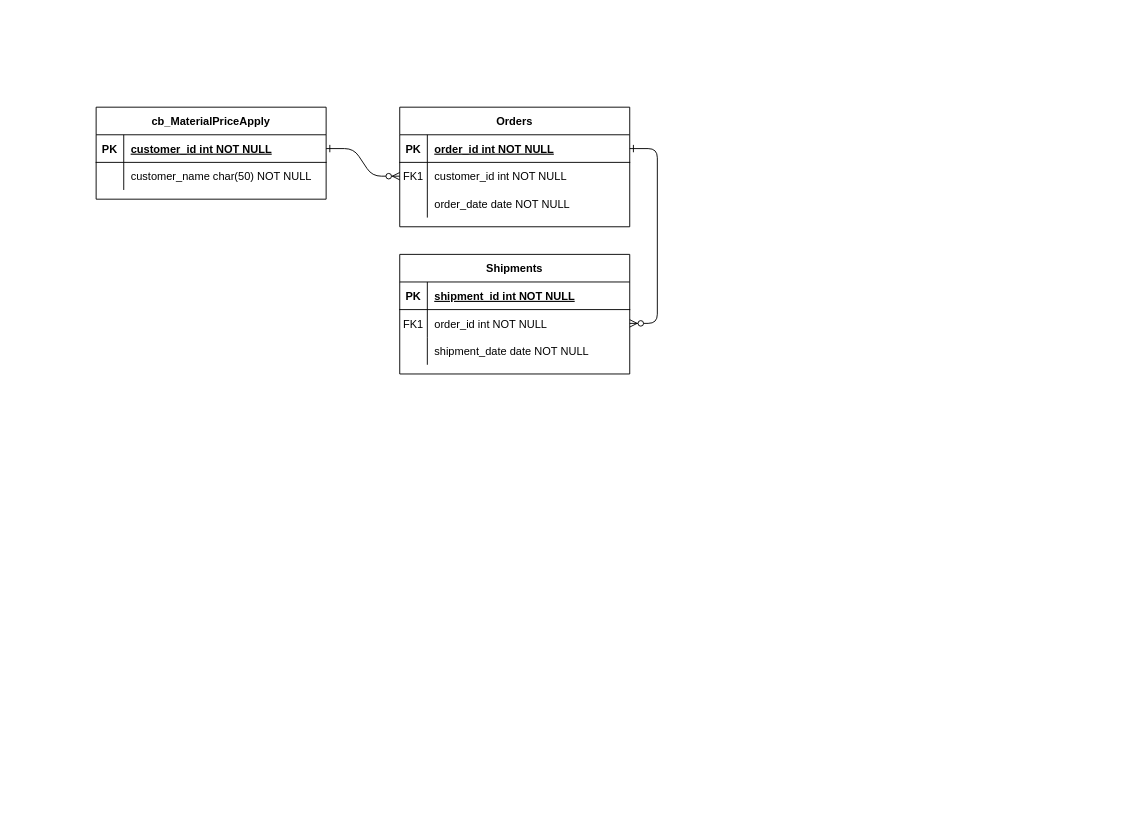
xiao99/Code keeps this draw.io diagram as Untitled Diagram.drawio. Above is the earlier version. Source tidied: cells renumbered, new cells numbered last; positions are measured from the earlier drawing's top-left corner, leaving out a move shared by most shapes. Both pictures are drawn from the tidied source at 92%, with x=0, y=0 at pixel (96, 107).
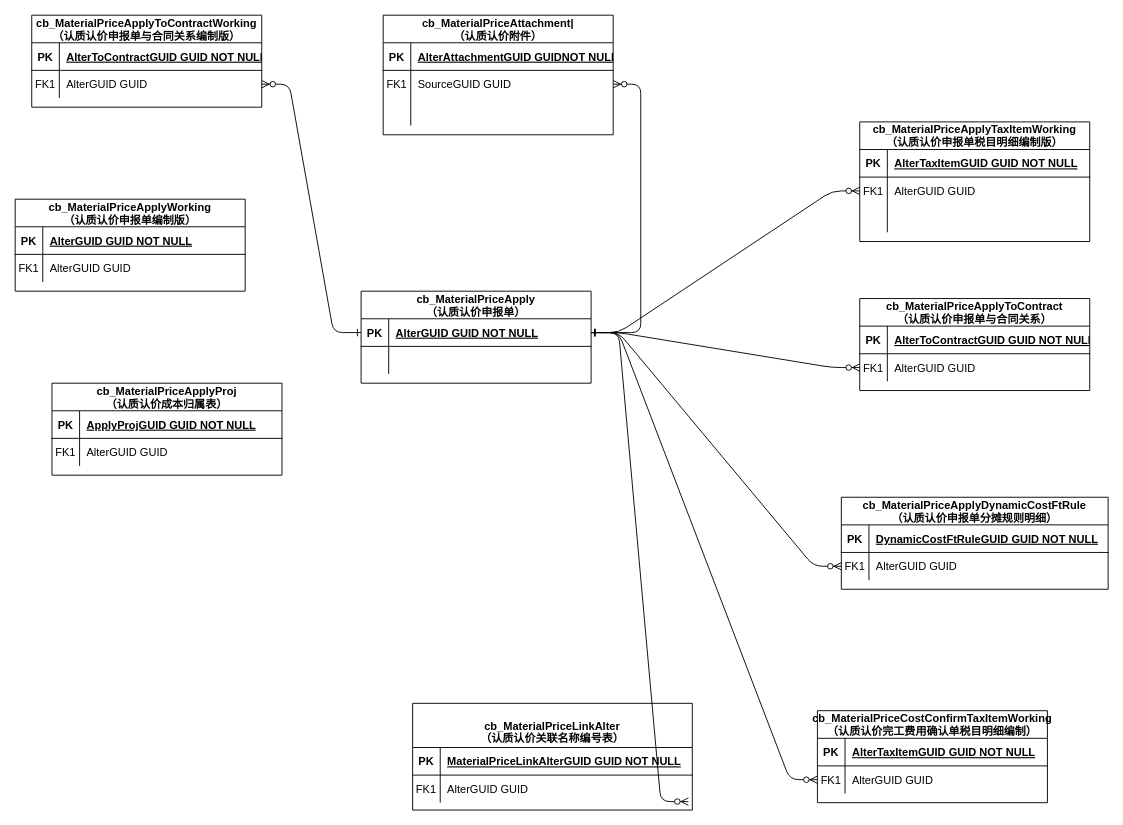
The same page after the edit.

Unchanged cells that the change refers to:
```xml
<mxCell id="5" style="shape=partialRectangle;fillColor=none;points=[[0,0.5],[1,0.5]];portConstraint=eastwest;top=0;left=0;right=0;bottom=1;" parent="4" vertex="1">
  <mxGeometry y="30" width="250" height="30" as="geometry" />
</mxCell>
<mxCell id="8" style="shape=partialRectangle;fillColor=none;points=[[0,0.5],[1,0.5]];portConstraint=eastwest;top=0;left=0;right=0;bottom=0;" parent="4" vertex="1">
  <mxGeometry y="60" width="250" height="30" as="geometry" />
</mxCell>
<mxCell id="11" style="shape=partialRectangle;fillColor=none;top=0;left=0;right=0;bottom=0;" parent="4" vertex="1">
  <mxGeometry y="90" width="250" height="30" as="geometry" />
</mxCell>
<mxCell id="15" style="shape=partialRectangle;fillColor=none;top=0;left=0;right=0;bottom=1;" parent="14" vertex="1">
  <mxGeometry y="30" width="250" height="30" as="geometry" />
</mxCell>
<mxCell id="18" style="shape=partialRectangle;fillColor=none;points=[[0,0.5],[1,0.5]];portConstraint=eastwest;top=0;left=0;right=0;bottom=0;" parent="14" vertex="1">
  <mxGeometry y="60" width="250" height="30" as="geometry" />
</mxCell>
<mxCell id="21" style="shape=partialRectangle;fillColor=none;top=0;left=0;right=0;bottom=0;" parent="14" vertex="1">
  <mxGeometry y="90" width="250" height="30" as="geometry" />
</mxCell>
<mxCell id="25" style="shape=partialRectangle;fillColor=none;points=[[0,0.5],[1,0.5]];portConstraint=eastwest;top=0;left=0;right=0;bottom=1;" parent="24" vertex="1">
  <mxGeometry y="30" width="250" height="30" as="geometry" />
</mxCell>
<mxCell id="28" style="shape=partialRectangle;fillColor=none;top=0;left=0;right=0;bottom=0;" parent="24" vertex="1">
  <mxGeometry y="60" width="250" height="30" as="geometry" />
</mxCell>
```

The edit, as a diff of the source:
```diff
@@
-    <mxCell id="3" style="edgeStyle=entityRelationEdgeStyle;endArrow=ERzeroToMany;startArrow=ERone;endFill=1;startFill=0;" parent="1" edge="1" source="5" target="18">
+    <mxCell id="3" style="edgeStyle=entityRelationEdgeStyle;endArrow=ERzeroToMany;startArrow=ERone;endFill=1;startFill=0;" parent="1" edge="1" source="25" target="18">
       <mxGeometry relative="1" as="geometry" />
     </mxCell>
-    <mxCell id="4" value="Orders" style="shape=table;startSize=30;childLayout=tableLayout;rowLines=0;fontStyle=1;align=center;" parent="1" vertex="1">
-      <mxGeometry x="330" width="250" height="130" as="geometry" />
+    <mxCell id="4" value="cb_MaterialPriceAttachment|&#10;（认质认价附件）" style="shape=table;startSize=30;childLayout=tableLayout;rowLines=0;fontStyle=1;align=center;" parent="1" vertex="1">
+      <mxGeometry x="312" y="-100" width="250" height="130" as="geometry" />
     </mxCell>
@@
-    <mxCell id="7" value="order_id int NOT NULL " style="shape=partialRectangle;overflow=hidden;fillColor=none;top=0;left=0;bottom=0;right=0;align=left;spacingLeft=6;fontStyle=5;" parent="5" vertex="1">
+    <mxCell id="7" value="AlterAttachmentGUID GUIDNOT NULL " style="shape=partialRectangle;overflow=hidden;fillColor=none;top=0;left=0;bottom=0;right=0;align=left;spacingLeft=6;fontStyle=5;" parent="5" vertex="1">
       <mxGeometry x="30" width="220" height="30" as="geometry" />
     </mxCell>
@@
-    <mxCell id="10" value="customer_id int NOT NULL" style="shape=partialRectangle;overflow=hidden;fillColor=none;top=0;left=0;bottom=0;right=0;align=left;spacingLeft=6;" parent="8" vertex="1">
+    <mxCell id="10" value="SourceGUID GUID " style="shape=partialRectangle;overflow=hidden;fillColor=none;top=0;left=0;bottom=0;right=0;align=left;spacingLeft=6;" parent="8" vertex="1">
       <mxGeometry x="30" width="220" height="30" as="geometry" />
     </mxCell>
@@
-    <mxCell id="13" value="order_date date NOT NULL" style="shape=partialRectangle;overflow=hidden;fillColor=none;top=0;left=0;bottom=0;right=0;align=left;spacingLeft=6;" parent="11" vertex="1">
+    <mxCell id="13" style="shape=partialRectangle;overflow=hidden;fillColor=none;top=0;left=0;bottom=0;right=0;align=left;spacingLeft=6;" parent="11" vertex="1">
       <mxGeometry x="30" width="220" height="30" as="geometry" />
     </mxCell>
-    <mxCell id="14" value="Shipments" style="shape=table;startSize=30;childLayout=tableLayout;rowLines=0;fontStyle=1;align=center;" parent="1" vertex="1">
-      <mxGeometry x="330" y="160" width="250" height="130" as="geometry" />
+    <mxCell id="14" value="cb_MaterialPriceApplyTaxItemWorking&#10;（认质认价申报单税目明细编制版）" style="shape=table;startSize=30;childLayout=tableLayout;rowLines=0;fontStyle=1;align=center;" parent="1" vertex="1">
+      <mxGeometry x="830" y="16" width="250" height="130" as="geometry" />
     </mxCell>
@@
-    <mxCell id="17" value="shipment_id int NOT NULL " style="shape=partialRectangle;overflow=hidden;fillColor=none;top=0;left=0;bottom=0;right=0;align=left;spacingLeft=6;fontStyle=5;" parent="15" vertex="1">
+    <mxCell id="17" value="AlterTaxItemGUID GUID NOT NULL " style="shape=partialRectangle;overflow=hidden;fillColor=none;top=0;left=0;bottom=0;right=0;align=left;spacingLeft=6;fontStyle=5;" parent="15" vertex="1">
       <mxGeometry x="30" width="220" height="30" as="geometry" />
     </mxCell>
@@
-    <mxCell id="20" value="order_id int NOT NULL" style="shape=partialRectangle;overflow=hidden;fillColor=none;top=0;left=0;bottom=0;right=0;align=left;spacingLeft=6;" parent="18" vertex="1">
+    <mxCell id="20" value="AlterGUID GUID " style="shape=partialRectangle;overflow=hidden;fillColor=none;top=0;left=0;bottom=0;right=0;align=left;spacingLeft=6;" parent="18" vertex="1">
       <mxGeometry x="30" width="220" height="30" as="geometry" />
     </mxCell>
@@
-    <mxCell id="23" value="shipment_date date NOT NULL" style="shape=partialRectangle;overflow=hidden;fillColor=none;top=0;left=0;bottom=0;right=0;align=left;spacingLeft=6;" parent="21" vertex="1">
+    <mxCell id="23" style="shape=partialRectangle;overflow=hidden;fillColor=none;top=0;left=0;bottom=0;right=0;align=left;spacingLeft=6;" parent="21" vertex="1">
       <mxGeometry x="30" width="220" height="30" as="geometry" />
     </mxCell>
-    <mxCell id="24" value="cb_MaterialPriceApply" style="shape=table;startSize=30;childLayout=tableLayout;rowLines=0;fontStyle=1;align=center;" parent="1" vertex="1">
-      <mxGeometry width="250" height="100" as="geometry" />
+    <mxCell id="24" value="cb_MaterialPriceApply&#10;（认质认价申报单）" style="shape=table;startSize=30;childLayout=tableLayout;rowLines=0;fontStyle=1;align=center;" parent="1" vertex="1">
+      <mxGeometry x="288" y="200" width="250" height="100" as="geometry" />
     </mxCell>
@@
-    <mxCell id="27" value="customer_id int NOT NULL " style="shape=partialRectangle;overflow=hidden;fillColor=none;top=0;left=0;bottom=0;right=0;align=left;spacingLeft=6;fontStyle=5;" parent="25" vertex="1">
+    <mxCell id="27" value="AlterGUID GUID NOT NULL " style="shape=partialRectangle;overflow=hidden;fillColor=none;top=0;left=0;bottom=0;right=0;align=left;spacingLeft=6;fontStyle=5;" parent="25" vertex="1">
       <mxGeometry x="30" width="220" height="30" as="geometry" />
     </mxCell>
@@
-    <mxCell id="30" value="customer_name char(50) NOT NULL" style="shape=partialRectangle;overflow=hidden;fillColor=none;top=0;left=0;bottom=0;right=0;align=left;spacingLeft=6;" parent="28" vertex="1">
+    <mxCell id="30" style="shape=partialRectangle;overflow=hidden;fillColor=none;top=0;left=0;bottom=0;right=0;align=left;spacingLeft=6;" parent="28" vertex="1">
       <mxGeometry x="30" width="220" height="30" as="geometry" />
     </mxCell>
+    <mxCell id="31" value="cb_MaterialPriceCostConfirmTaxItemWorking&#10;（认质认价完工费用确认单税目明细编制）" style="shape=table;startSize=30;childLayout=tableLayout;rowLines=0;fontStyle=1;align=center;" parent="1" vertex="1">
+      <mxGeometry x="784" y="656" width="250" height="100" as="geometry" />
+    </mxCell>
+    <mxCell id="32" style="shape=partialRectangle;fillColor=none;top=0;left=0;right=0;bottom=1;" parent="31" vertex="1">
+      <mxGeometry y="30" width="250" height="30" as="geometry" />
+    </mxCell>
+    <mxCell id="33" value="PK" style="shape=partialRectangle;overflow=hidden;fillColor=none;top=0;left=0;bottom=0;right=0;fontStyle=1;" parent="32" vertex="1">
+      <mxGeometry width="30" height="30" as="geometry" />
+    </mxCell>
+    <mxCell id="34" value="AlterTaxItemGUID GUID NOT NULL " style="shape=partialRectangle;overflow=hidden;fillColor=none;top=0;left=0;bottom=0;right=0;align=left;spacingLeft=6;fontStyle=5;" parent="32" vertex="1">
+      <mxGeometry x="30" width="220" height="30" as="geometry" />
+    </mxCell>
+    <mxCell id="35" style="shape=partialRectangle;fillColor=none;top=0;left=0;right=0;bottom=0;" parent="31" vertex="1">
+      <mxGeometry y="60" width="250" height="30" as="geometry" />
+    </mxCell>
+    <mxCell id="36" value="FK1" style="shape=partialRectangle;overflow=hidden;fillColor=none;top=0;left=0;bottom=0;right=0;" parent="35" vertex="1">
+      <mxGeometry width="30" height="30" as="geometry" />
+    </mxCell>
+    <mxCell id="37" value="AlterGUID GUID" style="shape=partialRectangle;overflow=hidden;fillColor=none;top=0;left=0;bottom=0;right=0;align=left;spacingLeft=6;" parent="35" vertex="1">
+      <mxGeometry x="30" width="220" height="30" as="geometry" />
+    </mxCell>
+    <mxCell id="38" value="cb_MaterialPriceApplyToContract&#10;（认质认价申报单与合同关系）" style="shape=table;startSize=30;childLayout=tableLayout;rowLines=0;fontStyle=1;align=center;" parent="1" vertex="1">
+      <mxGeometry x="830" y="208" width="250" height="100" as="geometry" />
+    </mxCell>
+    <mxCell id="39" style="shape=partialRectangle;fillColor=none;top=0;left=0;right=0;bottom=1;" parent="38" vertex="1">
+      <mxGeometry y="30" width="250" height="30" as="geometry" />
+    </mxCell>
+    <mxCell id="40" value="PK" style="shape=partialRectangle;overflow=hidden;fillColor=none;top=0;left=0;bottom=0;right=0;fontStyle=1;" parent="39" vertex="1">
+      <mxGeometry width="30" height="30" as="geometry" />
+    </mxCell>
+    <mxCell id="41" value="AlterToContractGUID GUID NOT NULL " style="shape=partialRectangle;overflow=hidden;fillColor=none;top=0;left=0;bottom=0;right=0;align=left;spacingLeft=6;fontStyle=5;" parent="39" vertex="1">
+      <mxGeometry x="30" width="220" height="30" as="geometry" />
+    </mxCell>
+    <mxCell id="42" style="shape=partialRectangle;fillColor=none;points=[[0,0.5],[1,0.5]];portConstraint=eastwest;top=0;left=0;right=0;bottom=0;" parent="38" vertex="1">
+      <mxGeometry y="60" width="250" height="30" as="geometry" />
+    </mxCell>
+    <mxCell id="43" value="FK1" style="shape=partialRectangle;overflow=hidden;fillColor=none;top=0;left=0;bottom=0;right=0;" parent="42" vertex="1">
+      <mxGeometry width="30" height="30" as="geometry" />
+    </mxCell>
+    <mxCell id="44" value="AlterGUID GUID" style="shape=partialRectangle;overflow=hidden;fillColor=none;top=0;left=0;bottom=0;right=0;align=left;spacingLeft=6;" parent="42" vertex="1">
+      <mxGeometry x="30" width="220" height="30" as="geometry" />
+    </mxCell>
+    <mxCell id="45" value="cb_MaterialPriceApplyDynamicCostFtRule&#10;（认质认价申报单分摊规则明细）" style="shape=table;startSize=30;childLayout=tableLayout;rowLines=0;fontStyle=1;align=center;" parent="1" vertex="1">
+      <mxGeometry x="810" y="424" width="290" height="100" as="geometry" />
+    </mxCell>
+    <mxCell id="46" style="shape=partialRectangle;fillColor=none;top=0;left=0;right=0;bottom=1;" parent="45" vertex="1">
+      <mxGeometry y="30" width="290" height="30" as="geometry" />
+    </mxCell>
+    <mxCell id="47" value="PK" style="shape=partialRectangle;overflow=hidden;fillColor=none;top=0;left=0;bottom=0;right=0;fontStyle=1;" parent="46" vertex="1">
+      <mxGeometry width="30" height="30" as="geometry" />
+    </mxCell>
+    <mxCell id="48" value="DynamicCostFtRuleGUID GUID NOT NULL " style="shape=partialRectangle;overflow=hidden;fillColor=none;top=0;left=0;bottom=0;right=0;align=left;spacingLeft=6;fontStyle=5;" parent="46" vertex="1">
+      <mxGeometry x="30" width="260" height="30" as="geometry" />
+    </mxCell>
+    <mxCell id="49" style="shape=partialRectangle;fillColor=none;points=[[0,0.5],[1,0.5]];portConstraint=eastwest;top=0;left=0;right=0;bottom=0;" parent="45" vertex="1">
+      <mxGeometry y="60" width="290" height="30" as="geometry" />
+    </mxCell>
+    <mxCell id="50" value="FK1" style="shape=partialRectangle;overflow=hidden;fillColor=none;top=0;left=0;bottom=0;right=0;" parent="49" vertex="1">
+      <mxGeometry width="30" height="30" as="geometry" />
+    </mxCell>
+    <mxCell id="51" value="AlterGUID GUID" style="shape=partialRectangle;overflow=hidden;fillColor=none;top=0;left=0;bottom=0;right=0;align=left;spacingLeft=6;" parent="49" vertex="1">
+      <mxGeometry x="30" width="260" height="30" as="geometry" />
+    </mxCell>
+    <mxCell id="52" style="edgeStyle=entityRelationEdgeStyle;endArrow=ERzeroToMany;startArrow=ERone;endFill=1;startFill=0;" parent="1" edge="1" source="25" target="42">
+      <mxGeometry relative="1" as="geometry" />
+    </mxCell>
+    <mxCell id="53" style="edgeStyle=entityRelationEdgeStyle;endArrow=ERzeroToMany;startArrow=ERone;endFill=1;startFill=0;" parent="1" edge="1" source="25" target="49">
+      <mxGeometry relative="1" as="geometry" />
+    </mxCell>
+    <mxCell id="54" style="edgeStyle=entityRelationEdgeStyle;endArrow=ERzeroToMany;startArrow=ERone;endFill=1;startFill=0;entryX=0;entryY=0.75;entryDx=0;entryDy=0;exitX=1;exitY=0.5;exitDx=0;exitDy=0;" parent="1" edge="1" source="25" target="31">
+      <mxGeometry relative="1" as="geometry" />
+    </mxCell>
+    <mxCell id="55" value="cb_MaterialPriceApplyToContractWorking&#10;（认质认价申报单与合同关系编制版）" style="shape=table;startSize=30;childLayout=tableLayout;rowLines=0;fontStyle=1;align=center;" parent="1" vertex="1">
+      <mxGeometry x="-70" y="-100" width="250" height="100" as="geometry" />
+    </mxCell>
+    <mxCell id="56" style="shape=partialRectangle;fillColor=none;top=0;left=0;right=0;bottom=1;" parent="55" vertex="1">
+      <mxGeometry y="30" width="250" height="30" as="geometry" />
+    </mxCell>
+    <mxCell id="57" value="PK" style="shape=partialRectangle;overflow=hidden;fillColor=none;top=0;left=0;bottom=0;right=0;fontStyle=1;" parent="56" vertex="1">
+      <mxGeometry width="30" height="30" as="geometry" />
+    </mxCell>
+    <mxCell id="58" value="AlterToContractGUID GUID NOT NULL " style="shape=partialRectangle;overflow=hidden;fillColor=none;top=0;left=0;bottom=0;right=0;align=left;spacingLeft=6;fontStyle=5;" parent="56" vertex="1">
+      <mxGeometry x="30" width="220" height="30" as="geometry" />
+    </mxCell>
+    <mxCell id="59" style="shape=partialRectangle;fillColor=none;points=[[0,0.5],[1,0.5]];portConstraint=eastwest;top=0;left=0;right=0;bottom=0;" parent="55" vertex="1">
+      <mxGeometry y="60" width="250" height="30" as="geometry" />
+    </mxCell>
+    <mxCell id="60" value="FK1" style="shape=partialRectangle;overflow=hidden;fillColor=none;top=0;left=0;bottom=0;right=0;" parent="59" vertex="1">
+      <mxGeometry width="30" height="30" as="geometry" />
+    </mxCell>
+    <mxCell id="61" value="AlterGUID GUID" style="shape=partialRectangle;overflow=hidden;fillColor=none;top=0;left=0;bottom=0;right=0;align=left;spacingLeft=6;" parent="59" vertex="1">
+      <mxGeometry x="30" width="220" height="30" as="geometry" />
+    </mxCell>
+    <mxCell id="62" value="cb_MaterialPriceApplyWorking&#10;（认质认价申报单编制版）" style="shape=table;startSize=30;childLayout=tableLayout;rowLines=0;fontStyle=1;align=center;" parent="1" vertex="1">
+      <mxGeometry x="-88" y="100" width="250" height="100" as="geometry" />
+    </mxCell>
+    <mxCell id="63" style="shape=partialRectangle;fillColor=none;top=0;left=0;right=0;bottom=1;" parent="62" vertex="1">
+      <mxGeometry y="30" width="250" height="30" as="geometry" />
+    </mxCell>
+    <mxCell id="64" value="PK" style="shape=partialRectangle;overflow=hidden;fillColor=none;top=0;left=0;bottom=0;right=0;fontStyle=1;" parent="63" vertex="1">
+      <mxGeometry width="30" height="30" as="geometry" />
+    </mxCell>
+    <mxCell id="65" value="AlterGUID GUID NOT NULL " style="shape=partialRectangle;overflow=hidden;fillColor=none;top=0;left=0;bottom=0;right=0;align=left;spacingLeft=6;fontStyle=5;" parent="63" vertex="1">
+      <mxGeometry x="30" width="220" height="30" as="geometry" />
+    </mxCell>
+    <mxCell id="66" style="shape=partialRectangle;fillColor=none;top=0;left=0;right=0;bottom=0;" parent="62" vertex="1">
+      <mxGeometry y="60" width="250" height="30" as="geometry" />
+    </mxCell>
+    <mxCell id="67" value="FK1" style="shape=partialRectangle;overflow=hidden;fillColor=none;top=0;left=0;bottom=0;right=0;" parent="66" vertex="1">
+      <mxGeometry width="30" height="30" as="geometry" />
+    </mxCell>
+    <mxCell id="68" value="AlterGUID GUID" style="shape=partialRectangle;overflow=hidden;fillColor=none;top=0;left=0;bottom=0;right=0;align=left;spacingLeft=6;" parent="66" vertex="1">
+      <mxGeometry x="30" width="220" height="30" as="geometry" />
+    </mxCell>
+    <mxCell id="69" value="cb_MaterialPriceApplyProj&#10;（认质认价成本归属表）" style="shape=table;startSize=30;childLayout=tableLayout;rowLines=0;fontStyle=1;align=center;" parent="1" vertex="1">
+      <mxGeometry x="-48" y="300" width="250" height="100" as="geometry" />
+    </mxCell>
+    <mxCell id="70" style="shape=partialRectangle;fillColor=none;top=0;left=0;right=0;bottom=1;" parent="69" vertex="1">
+      <mxGeometry y="30" width="250" height="30" as="geometry" />
+    </mxCell>
+    <mxCell id="71" value="PK" style="shape=partialRectangle;overflow=hidden;fillColor=none;top=0;left=0;bottom=0;right=0;fontStyle=1;" parent="70" vertex="1">
+      <mxGeometry width="30" height="30" as="geometry" />
+    </mxCell>
+    <mxCell id="72" value="ApplyProjGUID GUID NOT NULL " style="shape=partialRectangle;overflow=hidden;fillColor=none;top=0;left=0;bottom=0;right=0;align=left;spacingLeft=6;fontStyle=5;" parent="70" vertex="1">
+      <mxGeometry x="30" width="220" height="30" as="geometry" />
+    </mxCell>
+    <mxCell id="73" style="shape=partialRectangle;fillColor=none;top=0;left=0;right=0;bottom=0;" parent="69" vertex="1">
+      <mxGeometry y="60" width="250" height="30" as="geometry" />
+    </mxCell>
+    <mxCell id="74" value="FK1" style="shape=partialRectangle;overflow=hidden;fillColor=none;top=0;left=0;bottom=0;right=0;" parent="73" vertex="1">
+      <mxGeometry width="30" height="30" as="geometry" />
+    </mxCell>
+    <mxCell id="75" value="AlterGUID GUID" style="shape=partialRectangle;overflow=hidden;fillColor=none;top=0;left=0;bottom=0;right=0;align=left;spacingLeft=6;" parent="73" vertex="1">
+      <mxGeometry x="30" width="220" height="30" as="geometry" />
+    </mxCell>
+    <mxCell id="76" value="&#10;cb_MaterialPriceLinkAlter&#10;（认质认价关联名称编号表）" style="shape=table;startSize=48;childLayout=tableLayout;rowLines=0;fontStyle=1;align=center;" parent="1" vertex="1">
+      <mxGeometry x="344" y="648" width="304" height="116" as="geometry" />
+    </mxCell>
+    <mxCell id="77" style="shape=partialRectangle;fillColor=none;top=0;left=0;right=0;bottom=1;" parent="76" vertex="1">
+      <mxGeometry y="48" width="304" height="30" as="geometry" />
+    </mxCell>
+    <mxCell id="78" value="PK" style="shape=partialRectangle;overflow=hidden;fillColor=none;top=0;left=0;bottom=0;right=0;fontStyle=1;" parent="77" vertex="1">
+      <mxGeometry width="30" height="30" as="geometry" />
+    </mxCell>
+    <mxCell id="79" value="MaterialPriceLinkAlterGUID GUID NOT NULL " style="shape=partialRectangle;overflow=hidden;fillColor=none;top=0;left=0;bottom=0;right=0;align=left;spacingLeft=6;fontStyle=5;" parent="77" vertex="1">
+      <mxGeometry x="30" width="274" height="30" as="geometry" />
+    </mxCell>
+    <mxCell id="80" style="shape=partialRectangle;fillColor=none;points=[[0,0.5],[1,0.5]];portConstraint=eastwest;top=0;left=0;right=0;bottom=0;" parent="76" vertex="1">
+      <mxGeometry y="78" width="304" height="30" as="geometry" />
+    </mxCell>
+    <mxCell id="81" value="FK1" style="shape=partialRectangle;overflow=hidden;fillColor=none;top=0;left=0;bottom=0;right=0;" parent="80" vertex="1">
+      <mxGeometry width="30" height="30" as="geometry" />
+    </mxCell>
+    <mxCell id="82" value="AlterGUID GUID" style="shape=partialRectangle;overflow=hidden;fillColor=none;top=0;left=0;bottom=0;right=0;align=left;spacingLeft=6;" parent="80" vertex="1">
+      <mxGeometry x="30" width="274" height="30" as="geometry" />
+    </mxCell>
+    <mxCell id="83" style="edgeStyle=entityRelationEdgeStyle;endArrow=ERzeroToMany;startArrow=ERone;endFill=1;startFill=0;entryX=0.986;entryY=0.96;entryDx=0;entryDy=0;entryPerimeter=0;" parent="1" edge="1" source="25" target="80">
+      <mxGeometry relative="1" as="geometry" />
+    </mxCell>
+    <mxCell id="84" style="edgeStyle=entityRelationEdgeStyle;endArrow=ERzeroToMany;startArrow=ERone;endFill=1;startFill=0;entryX=1;entryY=0.5;entryDx=0;entryDy=0;" parent="1" edge="1" source="25" target="59">
+      <mxGeometry relative="1" as="geometry" />
+    </mxCell>
```
